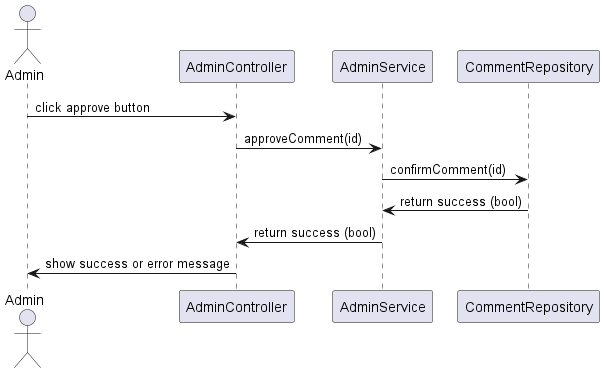
Above: diagrammes/diagrammes de séquences/admin_approve_comment.png in Waarrez/Blog-PHP-Projet-Openclassrooms (PlantUML), before the change. Its diagram source:
```plantuml
@startuml
actor Admin
participant AdminController
participant AdminService
participant CommentRepository

Admin -> AdminController : click approve button
AdminController -> AdminService : approveComment(id)
AdminService -> CommentRepository : confirmComment(id)
CommentRepository -> AdminService : return success (bool)
AdminService -> AdminController : return success (bool)
AdminController -> Admin : show success or error message
@enduml
```
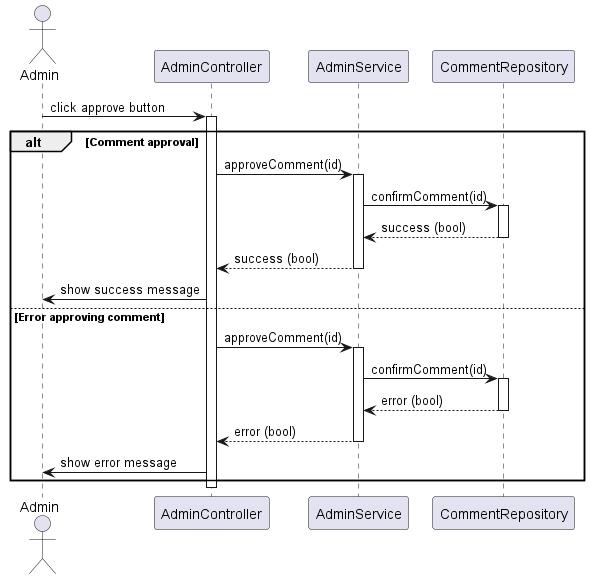
Later version of the same file.

The edit, as a diff of the source:
```diff
@@ -1,13 +1,43 @@
 @startuml
+
 actor Admin
 participant AdminController
 participant AdminService
 participant CommentRepository
 
 Admin -> AdminController : click approve button
-AdminController -> AdminService : approveComment(id)
-AdminService -> CommentRepository : confirmComment(id)
-CommentRepository -> AdminService : return success (bool)
-AdminService -> AdminController : return success (bool)
-AdminController -> Admin : show success or error message
+activate AdminController
+
+alt Comment approval
+    AdminController -> AdminService : approveComment(id)
+    activate AdminService
+
+    AdminService -> CommentRepository : confirmComment(id)
+    activate CommentRepository
+
+    CommentRepository --> AdminService : success (bool)
+    deactivate CommentRepository
+
+    AdminService --> AdminController : success (bool)
+    deactivate AdminService
+
+    AdminController -> Admin : show success message
+else Error approving comment
+    AdminController -> AdminService : approveComment(id)
+    activate AdminService
+
+    AdminService -> CommentRepository : confirmComment(id)
+    activate CommentRepository
+
+    CommentRepository --> AdminService : error (bool)
+    deactivate CommentRepository
+
+    AdminService --> AdminController : error (bool)
+    deactivate AdminService
+
+    AdminController -> Admin : show error message
+end
+
+deactivate AdminController
+
 @enduml
```
